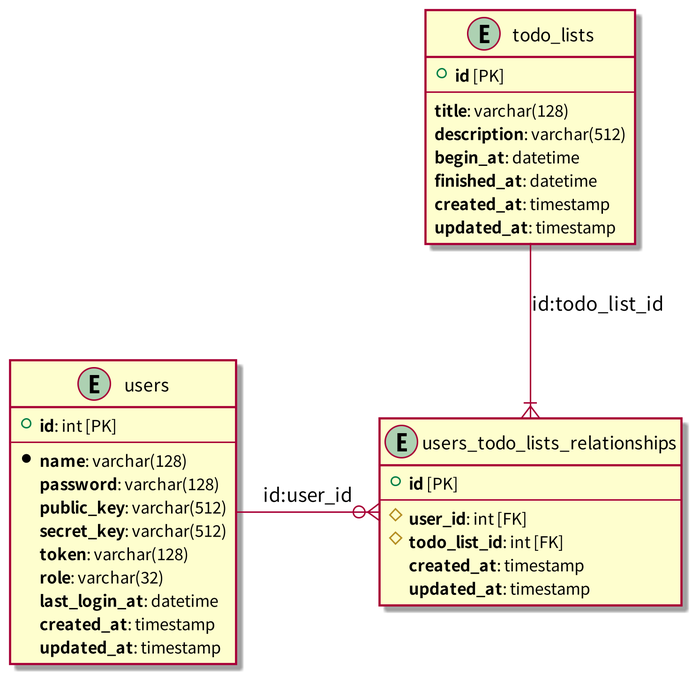
Earlier version of the PlantUML export docs/plantuml/out/er/er.png (ITK13201/TodoManagerProject).
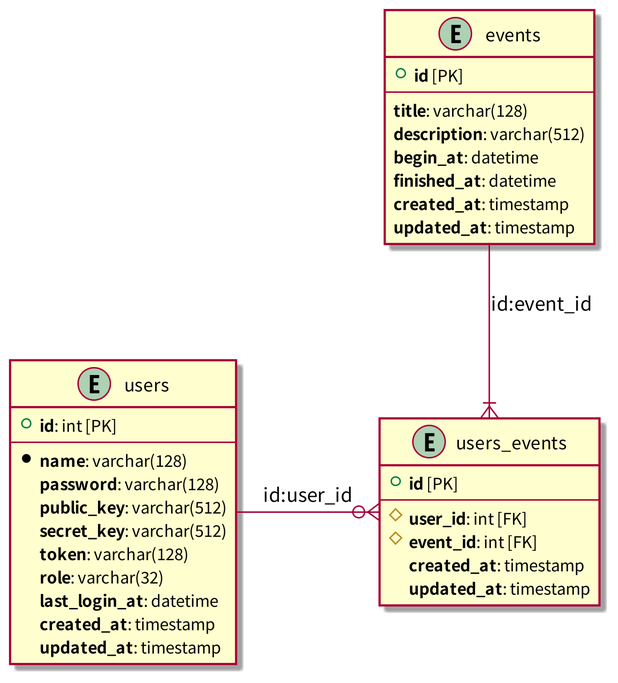
After the commit.

Change to the diagram source:
```diff
@@ -16,7 +16,7 @@
     **updated_at**: timestamp
 }
 
-entity "todo_lists" as todo_lists {
+entity "events" as events {
     + **id** [PK]
     --
     **title**: varchar(128)
@@ -27,16 +27,16 @@
     **updated_at**: timestamp
 }
 
-entity "users_todo_lists_relationships" as users_todo_lists_relationships {
+entity "users_events" as users_events {
     + **id** [PK]
     --
     # **user_id**: int [FK]
-    # **todo_list_id**: int [FK]
+    # **event_id**: int [FK]
     **created_at**: timestamp
     **updated_at**: timestamp
 }
 
-users -ri-o{ users_todo_lists_relationships: id:user_id
-todo_lists -do-|{ users_todo_lists_relationships: id:todo_list_id
+users -ri-o{ users_events: id:user_id
+events -do-|{ users_events: id:event_id
 
 @enduml
```
